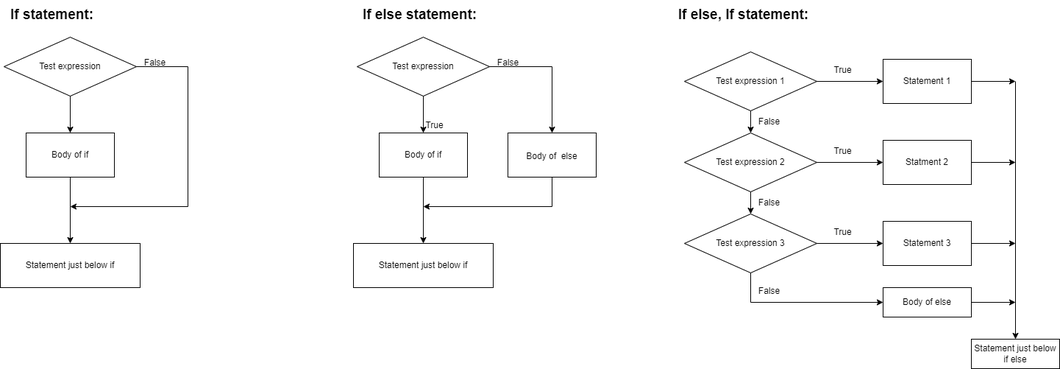
Earlier version of the draw.io export school/notes/Untitled Diagram.drawio.png (19AS19/school). Source tidied: cells renumbered, new cells last; positions are measured from the earlier drawing's top-left corner, leaving out a move shared by most shapes.
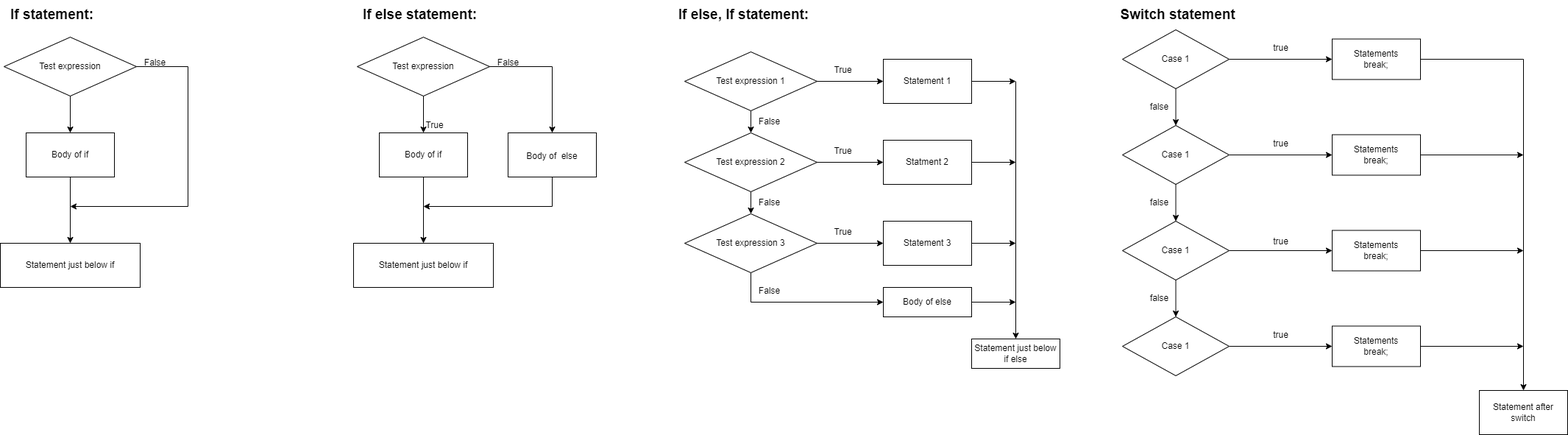
Above is the later version.

Diff of the diagram source:
```diff
@@ -166,5 +166,97 @@
     <mxCell id="46" value="False" style="text;html=1;align=center;verticalAlign=middle;strokeColor=none;fillColor=none;fontSize=12;" parent="1" vertex="1">
       <mxGeometry x="1020" y="380" width="50" height="30" as="geometry" />
     </mxCell>
+    <mxCell id="47" value="&lt;b style=&quot;font-size: 19px;&quot;&gt;Switch statement&lt;br&gt;&lt;/b&gt;" style="text;html=1;align=center;verticalAlign=middle;strokeColor=none;fillColor=none;" parent="1" vertex="1">
+      <mxGeometry x="1510" width="180" height="40" as="geometry" />
+    </mxCell>
+    <mxCell id="48" style="edgeStyle=orthogonalEdgeStyle;rounded=0;jettySize=auto;html=1;exitX=1;exitY=0.5;exitDx=0;exitDy=0;entryX=0;entryY=0.5;entryDx=0;entryDy=0;" parent="1" edge="1" source="50" target="52">
+      <mxGeometry relative="1" as="geometry" />
+    </mxCell>
+    <mxCell id="49" style="edgeStyle=orthogonalEdgeStyle;rounded=0;jettySize=auto;html=1;exitX=0.5;exitY=1;exitDx=0;exitDy=0;" parent="1" edge="1" source="50" target="55">
+      <mxGeometry relative="1" as="geometry" />
+    </mxCell>
+    <mxCell id="50" value="Case 1" style="rhombus;whiteSpace=wrap;html=1;" parent="1" vertex="1">
+      <mxGeometry x="1525" y="40" width="145" height="80" as="geometry" />
+    </mxCell>
+    <mxCell id="51" style="edgeStyle=orthogonalEdgeStyle;rounded=0;jettySize=auto;html=1;exitX=1;exitY=0.5;exitDx=0;exitDy=0;" parent="1" edge="1" source="52">
+      <mxGeometry relative="1" as="geometry">
+        <mxPoint x="2070" y="530" as="targetPoint" />
+      </mxGeometry>
+    </mxCell>
+    <mxCell id="52" value="Statements&lt;br&gt;break;" style="whiteSpace=wrap;html=1;" parent="1" vertex="1">
+      <mxGeometry x="1810" y="52.5" width="120" height="55" as="geometry" />
+    </mxCell>
+    <mxCell id="53" style="edgeStyle=orthogonalEdgeStyle;rounded=0;jettySize=auto;html=1;exitX=1;exitY=0.5;exitDx=0;exitDy=0;entryX=0;entryY=0.5;entryDx=0;entryDy=0;" parent="1" edge="1" source="55" target="57">
+      <mxGeometry relative="1" as="geometry" />
+    </mxCell>
+    <mxCell id="54" style="edgeStyle=orthogonalEdgeStyle;rounded=0;jettySize=auto;html=1;exitX=0.5;exitY=1;exitDx=0;exitDy=0;entryX=0.5;entryY=0;entryDx=0;entryDy=0;" parent="1" edge="1" source="55" target="60">
+      <mxGeometry relative="1" as="geometry" />
+    </mxCell>
+    <mxCell id="55" value="Case 1" style="rhombus;whiteSpace=wrap;html=1;" parent="1" vertex="1">
+      <mxGeometry x="1525" y="170" width="145" height="80" as="geometry" />
+    </mxCell>
+    <mxCell id="56" style="edgeStyle=orthogonalEdgeStyle;rounded=0;jettySize=auto;html=1;exitX=1;exitY=0.5;exitDx=0;exitDy=0;" parent="1" edge="1" source="57">
+      <mxGeometry relative="1" as="geometry">
+        <mxPoint x="2070" y="210" as="targetPoint" />
+      </mxGeometry>
+    </mxCell>
+    <mxCell id="57" value="Statements&lt;br&gt;break;" style="whiteSpace=wrap;html=1;" parent="1" vertex="1">
+      <mxGeometry x="1810" y="182.5" width="120" height="55" as="geometry" />
+    </mxCell>
+    <mxCell id="58" style="edgeStyle=orthogonalEdgeStyle;rounded=0;jettySize=auto;html=1;exitX=1;exitY=0.5;exitDx=0;exitDy=0;entryX=0;entryY=0.5;entryDx=0;entryDy=0;" parent="1" edge="1" source="60" target="62">
+      <mxGeometry relative="1" as="geometry" />
+    </mxCell>
+    <mxCell id="59" style="edgeStyle=orthogonalEdgeStyle;rounded=0;jettySize=auto;html=1;exitX=0.5;exitY=1;exitDx=0;exitDy=0;entryX=0.5;entryY=0;entryDx=0;entryDy=0;" parent="1" edge="1" source="60" target="64">
+      <mxGeometry relative="1" as="geometry" />
+    </mxCell>
+    <mxCell id="60" value="Case 1" style="rhombus;whiteSpace=wrap;html=1;" parent="1" vertex="1">
+      <mxGeometry x="1525" y="300" width="145" height="80" as="geometry" />
+    </mxCell>
+    <mxCell id="61" style="edgeStyle=orthogonalEdgeStyle;rounded=0;jettySize=auto;html=1;" parent="1" edge="1" source="62">
+      <mxGeometry relative="1" as="geometry">
+        <mxPoint x="2070" y="340" as="targetPoint" />
+      </mxGeometry>
+    </mxCell>
+    <mxCell id="62" value="Statements&lt;br&gt;break;" style="whiteSpace=wrap;html=1;" parent="1" vertex="1">
+      <mxGeometry x="1810" y="312.5" width="120" height="55" as="geometry" />
+    </mxCell>
+    <mxCell id="63" style="edgeStyle=orthogonalEdgeStyle;rounded=0;jettySize=auto;html=1;exitX=1;exitY=0.5;exitDx=0;exitDy=0;entryX=0;entryY=0.5;entryDx=0;entryDy=0;" parent="1" edge="1" source="64" target="66">
+      <mxGeometry relative="1" as="geometry" />
+    </mxCell>
+    <mxCell id="64" value="Case 1" style="rhombus;whiteSpace=wrap;html=1;" parent="1" vertex="1">
+      <mxGeometry x="1525" y="430" width="145" height="80" as="geometry" />
+    </mxCell>
+    <mxCell id="65" style="edgeStyle=orthogonalEdgeStyle;rounded=0;jettySize=auto;html=1;" parent="1" edge="1" source="66">
+      <mxGeometry relative="1" as="geometry">
+        <mxPoint x="2070" y="470" as="targetPoint" />
+      </mxGeometry>
+    </mxCell>
+    <mxCell id="66" value="Statements&lt;br&gt;break;" style="whiteSpace=wrap;html=1;" parent="1" vertex="1">
+      <mxGeometry x="1810" y="442.5" width="120" height="55" as="geometry" />
+    </mxCell>
+    <mxCell id="67" value="Statement after switch" style="whiteSpace=wrap;html=1;" parent="1" vertex="1">
+      <mxGeometry x="2010" y="530" width="120" height="60" as="geometry" />
+    </mxCell>
+    <mxCell id="68" value="false&lt;span style=&quot;color: rgba(0, 0, 0, 0); font-family: monospace; font-size: 0px; text-align: start;&quot;&gt;%3CmxGraphModel%3E%3Croot%3E%3CmxCell%20id%3D%220%22%2F%3E%3CmxCell%20id%3D%221%22%20parent%3D%220%22%2F%3E%3CmxCell%20id%3D%222%22%20style%3D%22edgeStyle%3DorthogonalEdgeStyle%3Brounded%3D0%3BorthogonalLoop%3D1%3BjettySize%3Dauto%3Bhtml%3D1%3BexitX%3D1%3BexitY%3D0.5%3BexitDx%3D0%3BexitDy%3D0%3BentryX%3D0%3BentryY%3D0.5%3BentryDx%3D0%3BentryDy%3D0%3B%22%20edge%3D%221%22%20source%3D%223%22%20target%3D%224%22%20parent%3D%221%22%3E%3CmxGeometry%20relative%3D%221%22%20as%3D%22geometry%22%2F%3E%3C%2FmxCell%3E%3CmxCell%20id%3D%223%22%20value%3D%22Case%201%22%20style%3D%22rhombus%3BwhiteSpace%3Dwrap%3Bhtml%3D1%3B%22%20vertex%3D%221%22%20parent%3D%221%22%3E%3CmxGeometry%20x%3D%221545%22%20y%3D%2280%22%20width%3D%22145%22%20height%3D%2280%22%20as%3D%22geometry%22%2F%3E%3C%2FmxCell%3E%3CmxCell%20id%3D%224%22%20value%3D%22Statements%26lt%3Bbr%26gt%3Bbreak%3B%22%20style%3D%22whiteSpace%3Dwrap%3Bhtml%3D1%3B%22%20vertex%3D%221%22%20parent%3D%221%22%3E%3CmxGeometry%20x%3D%221830%22%20y%3D%2292.5%22%20width%3D%22120%22%20height%3D%2255%22%20as%3D%22geometry%22%2F%3E%3C%2FmxCell%3E%3CmxCell%20id%3D%225%22%20style%3D%22edgeStyle%3DorthogonalEdgeStyle%3Brounded%3D0%3BorthogonalLoop%3D1%3BjettySize%3Dauto%3Bhtml%3D1%3BexitX%3D1%3BexitY%3D0.5%3BexitDx%3D0%3BexitDy%3D0%3BentryX%3D0%3BentryY%3D0.5%3BentryDx%3D0%3BentryDy%3D0%3B%22%20edge%3D%221%22%20source%3D%226%22%20target%3D%227%22%20parent%3D%221%22%3E%3CmxGeometry%20relative%3D%221%22%20as%3D%22geometry%22%2F%3E%3C%2FmxCell%3E%3CmxCell%20id%3D%226%22%20value%3D%22Case%201%22%20style%3D%22rhombus%3BwhiteSpace%3Dwrap%3Bhtml%3D1%3B%22%20vertex%3D%221%22%20parent%3D%221%22%3E%3CmxGeometry%20x%3D%221545%22%20y%3D%22210%22%20width%3D%22145%22%20height%3D%2280%22%20as%3D%22geometry%22%2F%3E%3C%2FmxCell%3E%3CmxCell%20id%3D%227%22%20value%3D%22Statements%26lt%3Bbr%26gt%3Bbreak%3B%22%20style%3D%22whiteSpace%3Dwrap%3Bhtml%3D1%3B%22%20vertex%3D%221%22%20parent%3D%221%22%3E%3CmxGeometry%20x%3D%221830%22%20y%3D%22222.5%22%20width%3D%22120%22%20height%3D%2255%22%20as%3D%22geometry%22%2F%3E%3C%2FmxCell%3E%3C%2Froot%3E%3C%2FmxGraphModel%3E&lt;/span&gt;" style="text;html=1;align=center;verticalAlign=middle;strokeColor=none;fillColor=none;" parent="1" vertex="1">
+      <mxGeometry x="1550" y="130" width="50" height="30" as="geometry" />
+    </mxCell>
+    <mxCell id="69" value="false&lt;span style=&quot;color: rgba(0, 0, 0, 0); font-family: monospace; font-size: 0px; text-align: start;&quot;&gt;%3CmxGraphModel%3E%3Croot%3E%3CmxCell%20id%3D%220%22%2F%3E%3CmxCell%20id%3D%221%22%20parent%3D%220%22%2F%3E%3CmxCell%20id%3D%222%22%20style%3D%22edgeStyle%3DorthogonalEdgeStyle%3Brounded%3D0%3BorthogonalLoop%3D1%3BjettySize%3Dauto%3Bhtml%3D1%3BexitX%3D1%3BexitY%3D0.5%3BexitDx%3D0%3BexitDy%3D0%3BentryX%3D0%3BentryY%3D0.5%3BentryDx%3D0%3BentryDy%3D0%3B%22%20edge%3D%221%22%20source%3D%223%22%20target%3D%224%22%20parent%3D%221%22%3E%3CmxGeometry%20relative%3D%221%22%20as%3D%22geometry%22%2F%3E%3C%2FmxCell%3E%3CmxCell%20id%3D%223%22%20value%3D%22Case%201%22%20style%3D%22rhombus%3BwhiteSpace%3Dwrap%3Bhtml%3D1%3B%22%20vertex%3D%221%22%20parent%3D%221%22%3E%3CmxGeometry%20x%3D%221545%22%20y%3D%2280%22%20width%3D%22145%22%20height%3D%2280%22%20as%3D%22geometry%22%2F%3E%3C%2FmxCell%3E%3CmxCell%20id%3D%224%22%20value%3D%22Statements%26lt%3Bbr%26gt%3Bbreak%3B%22%20style%3D%22whiteSpace%3Dwrap%3Bhtml%3D1%3B%22%20vertex%3D%221%22%20parent%3D%221%22%3E%3CmxGeometry%20x%3D%221830%22%20y%3D%2292.5%22%20width%3D%22120%22%20height%3D%2255%22%20as%3D%22geometry%22%2F%3E%3C%2FmxCell%3E%3CmxCell%20id%3D%225%22%20style%3D%22edgeStyle%3DorthogonalEdgeStyle%3Brounded%3D0%3BorthogonalLoop%3D1%3BjettySize%3Dauto%3Bhtml%3D1%3BexitX%3D1%3BexitY%3D0.5%3BexitDx%3D0%3BexitDy%3D0%3BentryX%3D0%3BentryY%3D0.5%3BentryDx%3D0%3BentryDy%3D0%3B%22%20edge%3D%221%22%20source%3D%226%22%20target%3D%227%22%20parent%3D%221%22%3E%3CmxGeometry%20relative%3D%221%22%20as%3D%22geometry%22%2F%3E%3C%2FmxCell%3E%3CmxCell%20id%3D%226%22%20value%3D%22Case%201%22%20style%3D%22rhombus%3BwhiteSpace%3Dwrap%3Bhtml%3D1%3B%22%20vertex%3D%221%22%20parent%3D%221%22%3E%3CmxGeometry%20x%3D%221545%22%20y%3D%22210%22%20width%3D%22145%22%20height%3D%2280%22%20as%3D%22geometry%22%2F%3E%3C%2FmxCell%3E%3CmxCell%20id%3D%227%22%20value%3D%22Statements%26lt%3Bbr%26gt%3Bbreak%3B%22%20style%3D%22whiteSpace%3Dwrap%3Bhtml%3D1%3B%22%20vertex%3D%221%22%20parent%3D%221%22%3E%3CmxGeometry%20x%3D%221830%22%20y%3D%22222.5%22%20width%3D%22120%22%20height%3D%2255%22%20as%3D%22geometry%22%2F%3E%3C%2FmxCell%3E%3C%2Froot%3E%3C%2FmxGraphModel%3E&lt;/span&gt;" style="text;html=1;align=center;verticalAlign=middle;strokeColor=none;fillColor=none;" parent="1" vertex="1">
+      <mxGeometry x="1550" y="260" width="50" height="30" as="geometry" />
+    </mxCell>
+    <mxCell id="70" value="false&lt;span style=&quot;color: rgba(0, 0, 0, 0); font-family: monospace; font-size: 0px; text-align: start;&quot;&gt;%3CmxGraphModel%3E%3Croot%3E%3CmxCell%20id%3D%220%22%2F%3E%3CmxCell%20id%3D%221%22%20parent%3D%220%22%2F%3E%3CmxCell%20id%3D%222%22%20style%3D%22edgeStyle%3DorthogonalEdgeStyle%3Brounded%3D0%3BorthogonalLoop%3D1%3BjettySize%3Dauto%3Bhtml%3D1%3BexitX%3D1%3BexitY%3D0.5%3BexitDx%3D0%3BexitDy%3D0%3BentryX%3D0%3BentryY%3D0.5%3BentryDx%3D0%3BentryDy%3D0%3B%22%20edge%3D%221%22%20source%3D%223%22%20target%3D%224%22%20parent%3D%221%22%3E%3CmxGeometry%20relative%3D%221%22%20as%3D%22geometry%22%2F%3E%3C%2FmxCell%3E%3CmxCell%20id%3D%223%22%20value%3D%22Case%201%22%20style%3D%22rhombus%3BwhiteSpace%3Dwrap%3Bhtml%3D1%3B%22%20vertex%3D%221%22%20parent%3D%221%22%3E%3CmxGeometry%20x%3D%221545%22%20y%3D%2280%22%20width%3D%22145%22%20height%3D%2280%22%20as%3D%22geometry%22%2F%3E%3C%2FmxCell%3E%3CmxCell%20id%3D%224%22%20value%3D%22Statements%26lt%3Bbr%26gt%3Bbreak%3B%22%20style%3D%22whiteSpace%3Dwrap%3Bhtml%3D1%3B%22%20vertex%3D%221%22%20parent%3D%221%22%3E%3CmxGeometry%20x%3D%221830%22%20y%3D%2292.5%22%20width%3D%22120%22%20height%3D%2255%22%20as%3D%22geometry%22%2F%3E%3C%2FmxCell%3E%3CmxCell%20id%3D%225%22%20style%3D%22edgeStyle%3DorthogonalEdgeStyle%3Brounded%3D0%3BorthogonalLoop%3D1%3BjettySize%3Dauto%3Bhtml%3D1%3BexitX%3D1%3BexitY%3D0.5%3BexitDx%3D0%3BexitDy%3D0%3BentryX%3D0%3BentryY%3D0.5%3BentryDx%3D0%3BentryDy%3D0%3B%22%20edge%3D%221%22%20source%3D%226%22%20target%3D%227%22%20parent%3D%221%22%3E%3CmxGeometry%20relative%3D%221%22%20as%3D%22geometry%22%2F%3E%3C%2FmxCell%3E%3CmxCell%20id%3D%226%22%20value%3D%22Case%201%22%20style%3D%22rhombus%3BwhiteSpace%3Dwrap%3Bhtml%3D1%3B%22%20vertex%3D%221%22%20parent%3D%221%22%3E%3CmxGeometry%20x%3D%221545%22%20y%3D%22210%22%20width%3D%22145%22%20height%3D%2280%22%20as%3D%22geometry%22%2F%3E%3C%2FmxCell%3E%3CmxCell%20id%3D%227%22%20value%3D%22Statements%26lt%3Bbr%26gt%3Bbreak%3B%22%20style%3D%22whiteSpace%3Dwrap%3Bhtml%3D1%3B%22%20vertex%3D%221%22%20parent%3D%221%22%3E%3CmxGeometry%20x%3D%221830%22%20y%3D%22222.5%22%20width%3D%22120%22%20height%3D%2255%22%20as%3D%22geometry%22%2F%3E%3C%2FmxCell%3E%3C%2Froot%3E%3C%2FmxGraphModel%3E&lt;/span&gt;" style="text;html=1;align=center;verticalAlign=middle;strokeColor=none;fillColor=none;" parent="1" vertex="1">
+      <mxGeometry x="1550" y="390" width="50" height="30" as="geometry" />
+    </mxCell>
+    <mxCell id="71" value="true" style="text;html=1;align=center;verticalAlign=middle;strokeColor=none;fillColor=none;" parent="1" vertex="1">
+      <mxGeometry x="1720" y="50" width="40" height="30" as="geometry" />
+    </mxCell>
+    <mxCell id="72" value="true" style="text;html=1;align=center;verticalAlign=middle;strokeColor=none;fillColor=none;" parent="1" vertex="1">
+      <mxGeometry x="1720" y="180" width="40" height="30" as="geometry" />
+    </mxCell>
+    <mxCell id="73" value="true" style="text;html=1;align=center;verticalAlign=middle;strokeColor=none;fillColor=none;" parent="1" vertex="1">
+      <mxGeometry x="1720" y="312.5" width="40" height="30" as="geometry" />
+    </mxCell>
+    <mxCell id="74" value="true" style="text;html=1;align=center;verticalAlign=middle;strokeColor=none;fillColor=none;" parent="1" vertex="1">
+      <mxGeometry x="1720" y="440" width="40" height="30" as="geometry" />
+    </mxCell>
   </root>
 </mxGraphModel>
```
